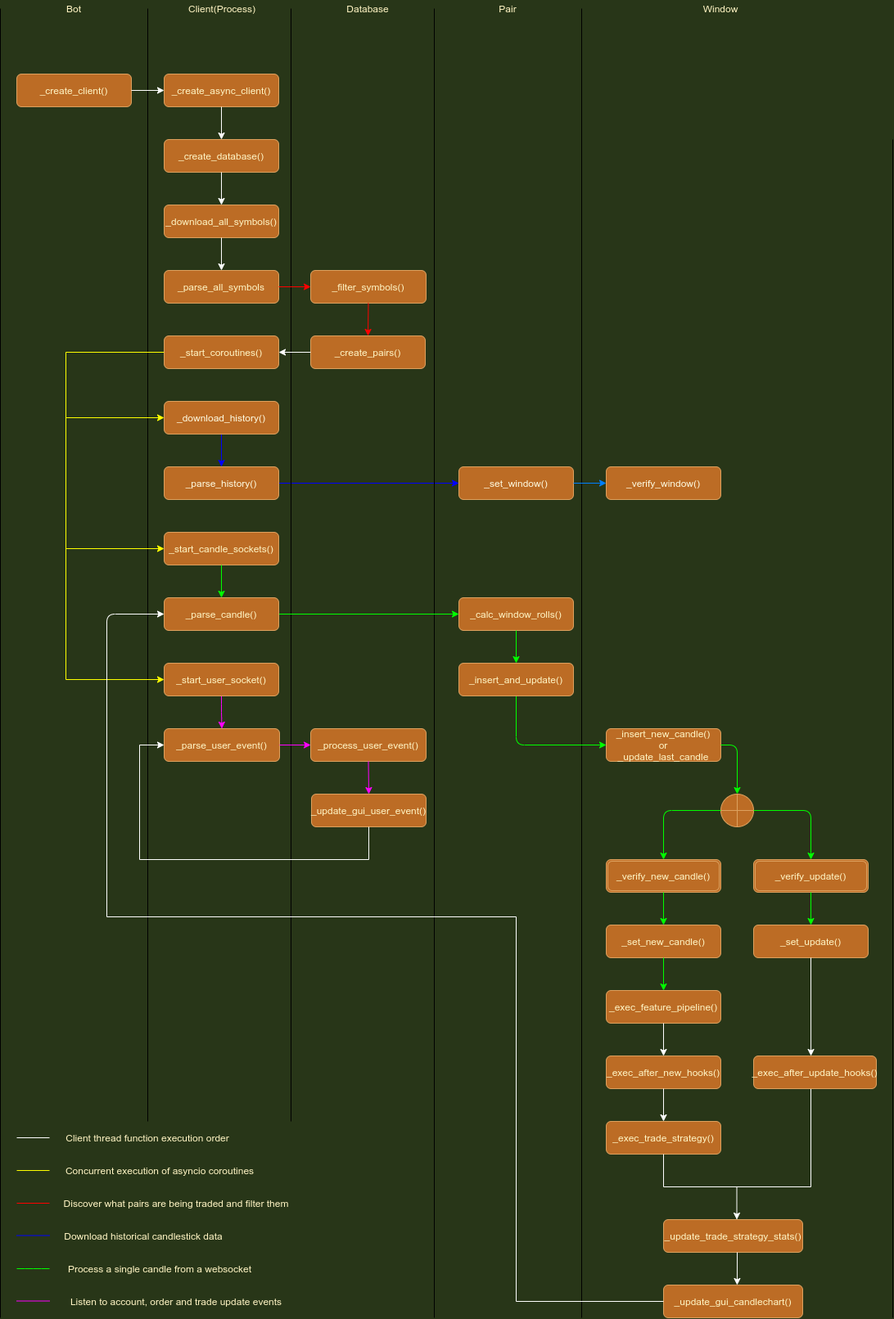
Before: docs/bbot_internals.png, a diagram exported from draw.io (TvanMeer/bbot). Source tidied: cells renumbered, new cells last; positions are measured from the earlier drawing's top-left corner, leaving out a move shared by most shapes.
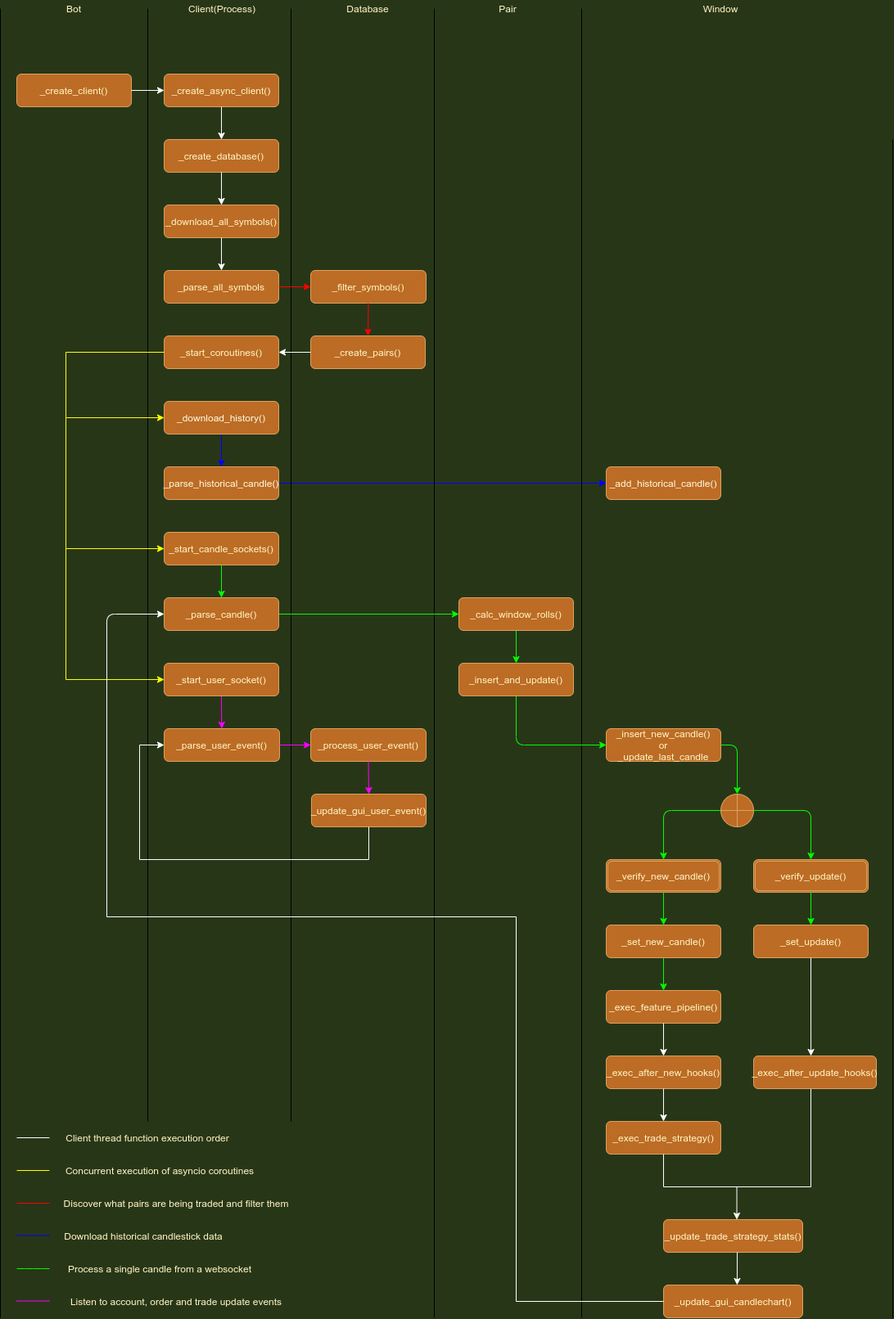
Above is the later version.

Commit message:
Refactor interface of historical data

Diff of the diagram source:
```diff
@@ -8,19 +8,14 @@
     <mxCell id="3" value="_download_history()" style="rounded=1;whiteSpace=wrap;html=1;fontSize=12;glass=0;strokeWidth=1;shadow=0;fillColor=#BC6C25;strokeColor=#DDA15E;fontColor=#FEFAE0;" parent="1" vertex="1">
       <mxGeometry x="200" y="490" width="140" height="40" as="geometry" />
     </mxCell>
-    <mxCell id="4" style="edgeStyle=orthogonalEdgeStyle;rounded=0;jettySize=auto;html=1;labelBackgroundColor=#283618;fontColor=#FEFAE0;strokeColor=#0000FF;" parent="1" edge="1" source="5">
-      <mxGeometry relative="1" as="geometry">
-        <mxPoint x="560" y="590" as="targetPoint" />
-      </mxGeometry>
+    <mxCell id="4" style="edgeStyle=orthogonalEdgeStyle;rounded=0;jettySize=auto;html=1;labelBackgroundColor=#283618;fontColor=#FEFAE0;strokeColor=#0000FF;entryX=0;entryY=0.5;entryDx=0;entryDy=0;" parent="1" edge="1" source="5" target="7">
+      <mxGeometry relative="1" as="geometry" />
     </mxCell>
-    <mxCell id="5" value="_parse_history()" style="rounded=1;whiteSpace=wrap;html=1;fontSize=12;glass=0;strokeWidth=1;shadow=0;fillColor=#BC6C25;strokeColor=#DDA15E;fontColor=#FEFAE0;" parent="1" vertex="1">
+    <mxCell id="5" value="_parse_historical_candle()" style="rounded=1;whiteSpace=wrap;html=1;fontSize=12;glass=0;strokeWidth=1;shadow=0;fillColor=#BC6C25;strokeColor=#DDA15E;fontColor=#FEFAE0;" parent="1" vertex="1">
       <mxGeometry x="200" y="570" width="140" height="40" as="geometry" />
     </mxCell>
-    <mxCell id="6" value="&lt;div&gt;_verify_window()&lt;/div&gt;" style="rounded=1;whiteSpace=wrap;html=1;fillColor=#BC6C25;strokeColor=#DDA15E;fontColor=#FEFAE0;" parent="1" vertex="1">
-      <mxGeometry x="740" y="570" width="140" height="40" as="geometry" />
-    </mxCell>
-    <mxCell id="7" value="_set_window()" style="rounded=1;whiteSpace=wrap;html=1;fillColor=#BC6C25;strokeColor=#DDA15E;fontColor=#FEFAE0;" parent="1" vertex="1">
-      <mxGeometry x="560" y="570" width="140" height="40" as="geometry" />
+    <mxCell id="7" value="_add_historical_candle()" style="rounded=1;whiteSpace=wrap;html=1;fillColor=#BC6C25;strokeColor=#DDA15E;fontColor=#FEFAE0;" parent="1" vertex="1">
+      <mxGeometry x="740" y="570" width="140" height="40" as="geometry" />
     </mxCell>
     <mxCell id="8" style="line;strokeWidth=1;direction=south;html=1;perimeter=backbonePerimeter;rounded=0;sketch=0;fontColor=#FEFAE0;fillColor=#BC6C25;" parent="1" vertex="1">
       <mxGeometry x="350" y="10" width="10" height="1360" as="geometry" />
@@ -399,8 +394,5 @@
     <mxCell id="99" style="endArrow=classic;html=1;fontColor=#FFF4C3;strokeColor=#FFFFFF;entryX=0.5;entryY=0;entryDx=0;entryDy=0;exitX=0.5;exitY=1;exitDx=0;exitDy=0;" parent="1" edge="1" source="98" target="96">
       <mxGeometry relative="1" as="geometry" />
     </mxCell>
-    <mxCell id="100" style="endArrow=classic;html=1;entryX=0;entryY=0.5;entryDx=0;entryDy=0;exitX=1;exitY=0.5;exitDx=0;exitDy=0;strokeColor=#007FFF;" parent="1" edge="1" source="7" target="6">
-      <mxGeometry relative="1" as="geometry" />
-    </mxCell>
   </root>
 </mxGraphModel>
```
